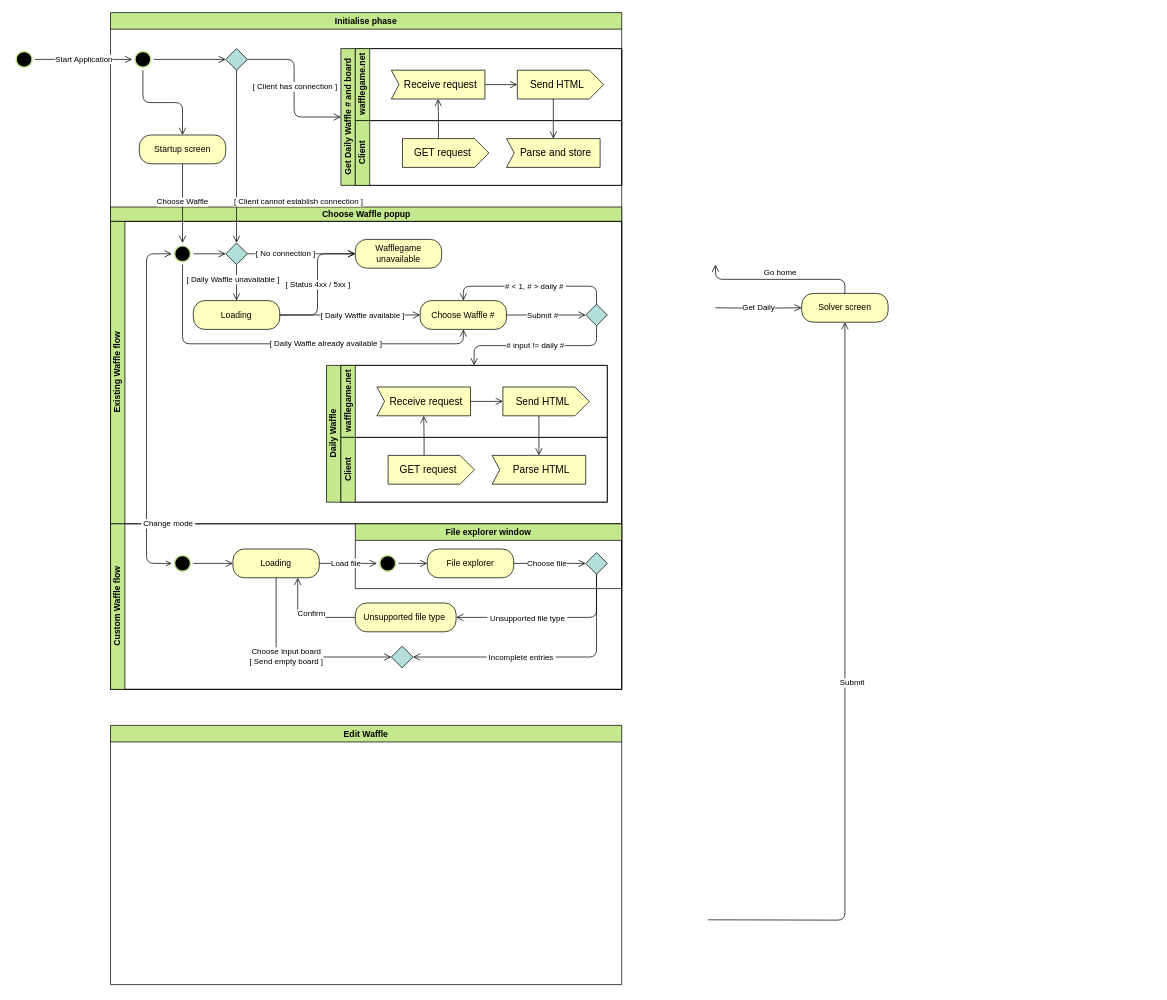
Before: page "startup_screen" (2 of 2) of documentation/activity_diagram.drawio in jkay-y/Waffle-Cooker, a draw.io diagram. Source tidied: cells renumbered, new cells numbered last; positions are measured from the earlier drawing's top-left corner, leaving out a move shared by most shapes. Both pictures are drawn from the tidied source at 72%, with x=0, y=0 at pixel (13, 12).
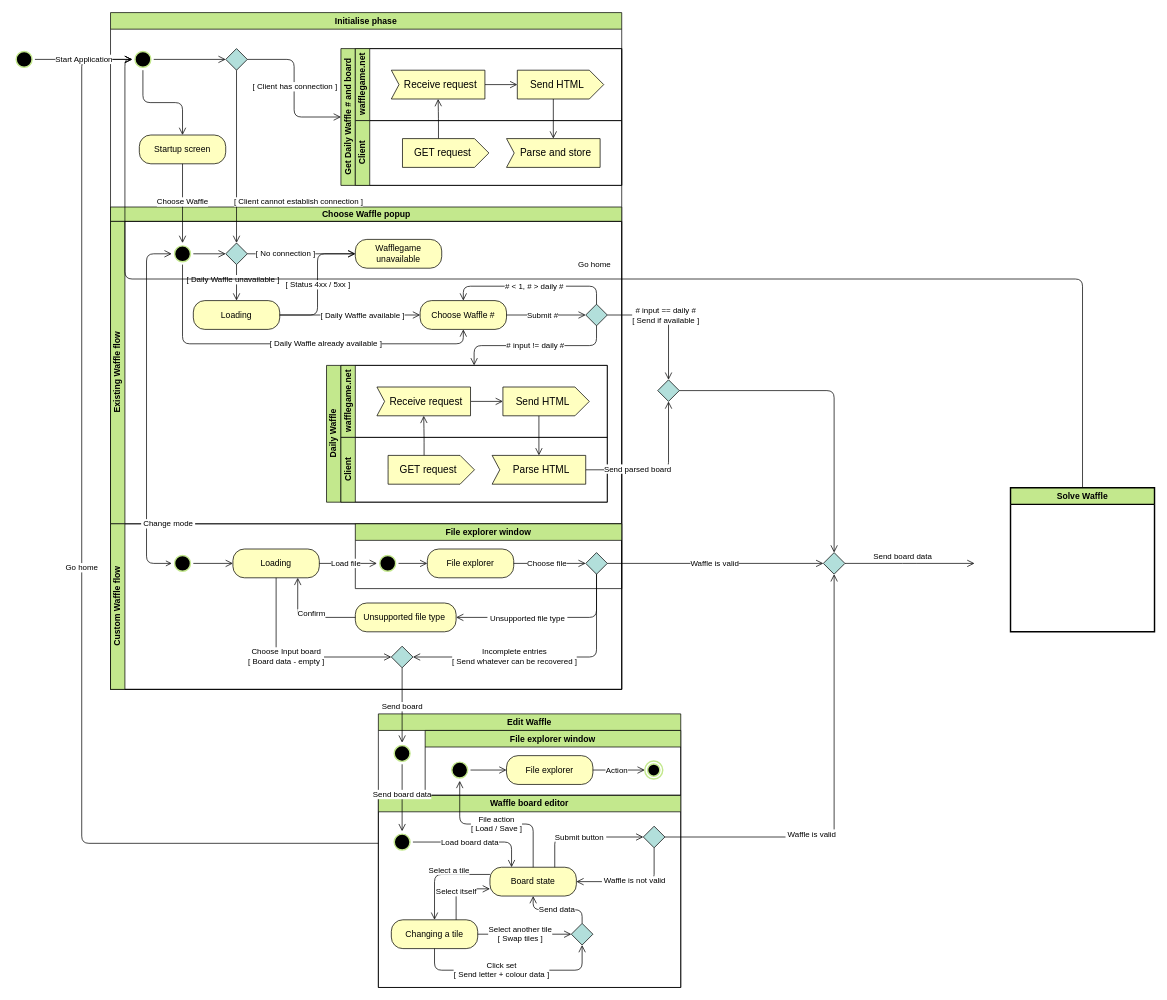
Above is the later version.

Commit message (it also covers changes not shown here):
Activity diagram - Finish Edit Waffle section

Unchanged cells that the change refers to:
```xml
<mxCell id="8" style="ellipse;html=1;shape=startState;fillColor=#000000;strokeColor=#C3E88D;strokeWidth=2;" parent="7" vertex="1">
  <mxGeometry x="30" y="50" width="30" height="30" as="geometry" />
</mxCell>
<mxCell id="26" style="rhombus;strokeColor=#000000;fontColor=#000000;fillColor=#B2DFDB;" parent="14" vertex="1">
  <mxGeometry x="660" y="115" width="30" height="30" as="geometry" />
</mxCell>
<mxCell id="38" value="Parse HTML" style="html=1;shape=mxgraph.infographic.ribbonSimple;notch1=10.68;notch2=0;align=center;verticalAlign=middle;fontSize=14;fontStyle=0;fillColor=#FFFFC0;flipH=0;spacingRight=0;spacingLeft=6;strokeColor=#000000;fontColor=#000000;" parent="36" vertex="1">
  <mxGeometry x="210" y="25" width="130" height="40" as="geometry" />
</mxCell>
<mxCell id="40" value="Custom Waffle flow" style="swimlane;startSize=20;horizontal=0;html=1;strokeColor=#000000;fontColor=#000000;fillColor=#C3E88D;" parent="13" vertex="1">
  <mxGeometry y="440" width="710" height="230" as="geometry" />
</mxCell>
<mxCell id="41" value="Loading" style="rounded=1;whiteSpace=wrap;html=1;arcSize=40;fontColor=#000000;fillColor=#FFFFC0;strokeColor=#000000;" parent="40" vertex="1">
  <mxGeometry x="170" y="35" width="120" height="40" as="geometry" />
</mxCell>
<mxCell id="48" style="rhombus;strokeColor=#000000;fontColor=#000000;fillColor=#B2DFDB;" parent="44" vertex="1">
  <mxGeometry x="320" y="40" width="30" height="30" as="geometry" />
</mxCell>
<mxCell id="52" style="rhombus;strokeColor=#000000;fontColor=#000000;fillColor=#B2DFDB;" parent="40" vertex="1">
  <mxGeometry x="390" y="170" width="30" height="30" as="geometry" />
</mxCell>
```

Diff of the diagram source:
```diff
@@
-    <mxCell id="3" value="Solver screen" style="rounded=1;whiteSpace=wrap;html=1;arcSize=40;fontColor=#000000;fillColor=#FFFFC0;strokeColor=#000000;" parent="1" vertex="1">
-      <mxGeometry x="1095" y="390" width="120" height="40" as="geometry" />
-    </mxCell>
-    <mxCell id="4" value="Get Daily" style="edgeStyle=orthogonalEdgeStyle;html=1;verticalAlign=bottom;endArrow=open;endSize=8;strokeColor=#000000;spacingBottom=1;entryX=0;entryY=0.5;entryDx=0;entryDy=0;" parent="1" edge="1" target="3">
+    <mxCell id="4" value="Send board data" style="edgeStyle=orthogonalEdgeStyle;html=1;verticalAlign=bottom;endArrow=open;endSize=8;strokeColor=#000000;spacingBottom=1;exitX=1;exitY=0.5;exitDx=0;exitDy=0;" parent="1" edge="1" source="100">
       <mxGeometry y="-10" relative="1" as="geometry">
-        <mxPoint x="975" y="410" as="sourcePoint" />
+        <mxPoint x="1335" y="765" as="targetPoint" />
       </mxGeometry>
     </mxCell>
-    <mxCell id="5" value="Submit" style="edgeStyle=orthogonalEdgeStyle;html=1;verticalAlign=bottom;endArrow=open;endSize=8;strokeColor=#000000;spacingBottom=1;entryX=0.5;entryY=1;entryDx=0;entryDy=0;" parent="1" edge="1" target="3">
-      <mxGeometry y="-10" relative="1" as="geometry">
-        <mxPoint x="965" y="1260" as="sourcePoint" />
-      </mxGeometry>
-    </mxCell>
-    <mxCell id="6" value="Go home" style="edgeStyle=orthogonalEdgeStyle;html=1;verticalAlign=bottom;endArrow=open;endSize=8;strokeColor=#000000;spacingBottom=1;exitX=0.5;exitY=0;exitDx=0;exitDy=0;" parent="1" edge="1" source="3">
-      <mxGeometry relative="1" as="geometry">
-        <mxPoint x="975" y="350" as="targetPoint" />
-      </mxGeometry>
-    </mxCell>
@@
-    <mxCell id="55" value="&amp;nbsp;Incomplete entries&amp;nbsp;" style="edgeStyle=orthogonalEdgeStyle;html=1;verticalAlign=bottom;endArrow=open;endSize=8;strokeColor=#000000;spacingBottom=-4;entryX=1;entryY=0.5;entryDx=0;entryDy=0;exitX=0.5;exitY=1;exitDx=0;exitDy=0;" parent="40" edge="1" source="48" target="52">
-      <mxGeometry x="0.19" y="5" relative="1" as="geometry" />
+    <mxCell id="55" value="&amp;nbsp;Incomplete entries&amp;nbsp;&lt;br&gt;[ Send whatever can be recovered ]" style="edgeStyle=orthogonalEdgeStyle;html=1;verticalAlign=bottom;endArrow=open;endSize=8;strokeColor=#000000;spacingBottom=0;entryX=1;entryY=0.5;entryDx=0;entryDy=0;exitX=0.5;exitY=1;exitDx=0;exitDy=0;" parent="40" edge="1" source="48" target="52">
+      <mxGeometry x="0.24" y="15" relative="1" as="geometry" />
     </mxCell>
-    <mxCell id="56" value="Choose Input board&lt;br&gt;[ Send empty board ]" style="edgeStyle=orthogonalEdgeStyle;html=1;verticalAlign=bottom;endArrow=open;endSize=8;strokeColor=#000000;spacingBottom=0;entryX=0;entryY=0.5;entryDx=0;entryDy=0;exitX=0.5;exitY=1;exitDx=0;exitDy=0;" parent="40" edge="1" source="41" target="52">
+    <mxCell id="56" value="Choose Input board&lt;br&gt;[ Board data - empty ]" style="edgeStyle=orthogonalEdgeStyle;html=1;verticalAlign=bottom;endArrow=open;endSize=8;strokeColor=#000000;spacingBottom=0;entryX=0;entryY=0.5;entryDx=0;entryDy=0;exitX=0.5;exitY=1;exitDx=0;exitDy=0;" parent="40" edge="1" source="41" target="52">
       <mxGeometry x="-0.08" y="-15" relative="1" as="geometry" />
     </mxCell>
@@
+    <mxCell id="72" value="Edit Waffle" style="swimlane;whiteSpace=wrap;html=1;fillColor=#C3E88D;" parent="1" vertex="1">
+      <mxGeometry x="507" y="974" width="420" height="380" as="geometry" />
+    </mxCell>
+    <mxCell id="73" style="ellipse;html=1;shape=startState;fillColor=#000000;strokeColor=#C3E88D;strokeWidth=2;" parent="72" vertex="1">
+      <mxGeometry x="18" y="40" width="30" height="30" as="geometry" />
+    </mxCell>
+    <mxCell id="74" value="Waffle board editor" style="swimlane;whiteSpace=wrap;html=1;fillColor=#C3E88D;" parent="72" vertex="1">
+      <mxGeometry y="113" width="420" height="267" as="geometry" />
+    </mxCell>
+    <mxCell id="75" value="Board state" style="rounded=1;whiteSpace=wrap;html=1;arcSize=40;fontColor=#000000;fillColor=#FFFFC0;strokeColor=#000000;" parent="74" vertex="1">
+      <mxGeometry x="155" y="100" width="120" height="40" as="geometry" />
+    </mxCell>
+    <mxCell id="76" style="ellipse;html=1;shape=startState;fillColor=#000000;strokeColor=#C3E88D;strokeWidth=2;" parent="74" vertex="1">
+      <mxGeometry x="18" y="50" width="30" height="30" as="geometry" />
+    </mxCell>
+    <mxCell id="77" value="Load board data" style="edgeStyle=orthogonalEdgeStyle;html=1;verticalAlign=bottom;endArrow=open;endSize=8;strokeColor=#000000;spacingBottom=-4;exitX=1;exitY=0.5;exitDx=0;exitDy=0;entryX=0.25;entryY=0;entryDx=0;entryDy=0;" parent="74" edge="1" source="76" target="75">
+      <mxGeometry x="-0.08" y="-5" relative="1" as="geometry" />
+    </mxCell>
+    <mxCell id="78" style="rhombus;strokeColor=#000000;fontColor=#000000;fillColor=#B2DFDB;" parent="74" vertex="1">
+      <mxGeometry x="368" y="43" width="30" height="30" as="geometry" />
+    </mxCell>
+    <mxCell id="79" value="&amp;nbsp;Submit button&amp;nbsp;" style="edgeStyle=orthogonalEdgeStyle;html=1;verticalAlign=bottom;endArrow=open;endSize=8;strokeColor=#000000;spacingBottom=-4;exitX=0.75;exitY=0;exitDx=0;exitDy=0;entryX=0;entryY=0.5;entryDx=0;entryDy=0;" parent="74" edge="1" source="75" target="78">
+      <mxGeometry x="-0.08" y="-5" relative="1" as="geometry" />
+    </mxCell>
+    <mxCell id="80" value="&amp;nbsp;Waffle is not valid&amp;nbsp;" style="edgeStyle=orthogonalEdgeStyle;html=1;verticalAlign=bottom;endArrow=open;endSize=8;strokeColor=#000000;spacingBottom=2;exitX=0.5;exitY=1;exitDx=0;exitDy=0;entryX=1;entryY=0.5;entryDx=0;entryDy=0;" parent="74" edge="1" source="78" target="75">
+      <mxGeometry x="-0.05" y="10" relative="1" as="geometry" />
+    </mxCell>
+    <mxCell id="81" value="Select a tile" style="edgeStyle=orthogonalEdgeStyle;html=1;verticalAlign=bottom;endArrow=open;endSize=8;strokeColor=#000000;spacingBottom=0;exitX=0;exitY=0.25;exitDx=0;exitDy=0;entryX=0.5;entryY=0;entryDx=0;entryDy=0;" parent="74" edge="1" source="75" target="82">
+      <mxGeometry x="-0.19" y="3" relative="1" as="geometry" />
+    </mxCell>
+    <mxCell id="82" value="Changing a tile" style="rounded=1;whiteSpace=wrap;html=1;arcSize=40;fontColor=#000000;fillColor=#FFFFC0;strokeColor=#000000;" parent="74" vertex="1">
+      <mxGeometry x="18" y="173" width="120" height="40" as="geometry" />
+    </mxCell>
+    <mxCell id="83" style="rhombus;strokeColor=#000000;fontColor=#000000;fillColor=#B2DFDB;" parent="74" vertex="1">
+      <mxGeometry x="268" y="178" width="30" height="30" as="geometry" />
+    </mxCell>
+    <mxCell id="84" value="Select another tile&lt;br&gt;[ Swap tiles ]" style="edgeStyle=orthogonalEdgeStyle;html=1;verticalAlign=bottom;endArrow=open;endSize=8;strokeColor=#000000;spacingBottom=-5;exitX=1;exitY=0.5;exitDx=0;exitDy=0;entryX=0;entryY=0.5;entryDx=0;entryDy=0;" parent="74" edge="1" source="82" target="83">
+      <mxGeometry x="-0.09" y="-10" relative="1" as="geometry" />
+    </mxCell>
+    <mxCell id="85" value="Select itself" style="edgeStyle=orthogonalEdgeStyle;html=1;verticalAlign=bottom;endArrow=open;endSize=8;strokeColor=#000000;spacingBottom=0;exitX=0.75;exitY=0;exitDx=0;exitDy=0;entryX=0;entryY=0.75;entryDx=0;entryDy=0;" parent="74" edge="1" source="82" target="75">
+      <mxGeometry x="-0.33" relative="1" as="geometry" />
+    </mxCell>
+    <mxCell id="86" value="Send data" style="edgeStyle=orthogonalEdgeStyle;html=1;verticalAlign=bottom;endArrow=open;endSize=8;strokeColor=#000000;spacingBottom=6;exitX=0.5;exitY=0;exitDx=0;exitDy=0;entryX=0.5;entryY=1;entryDx=0;entryDy=0;" parent="74" edge="1" source="83" target="75">
+      <mxGeometry x="0.02" y="14" relative="1" as="geometry" />
+    </mxCell>
+    <mxCell id="87" value="Click set&lt;br&gt;[ Send letter + colour data ]" style="edgeStyle=orthogonalEdgeStyle;html=1;verticalAlign=bottom;endArrow=open;endSize=8;strokeColor=#000000;spacingBottom=-5;exitX=0.5;exitY=1;exitDx=0;exitDy=0;entryX=0.5;entryY=1;entryDx=0;entryDy=0;" parent="74" edge="1" source="82" target="83">
+      <mxGeometry x="-0.09" y="-10" relative="1" as="geometry">
+        <Array as="points">
+          <mxPoint x="78" y="243" />
+          <mxPoint x="283" y="243" />
+        </Array>
+      </mxGeometry>
+    </mxCell>
+    <mxCell id="88" value="File explorer window" style="swimlane;whiteSpace=wrap;html=1;fillColor=#C3E88D;" parent="72" vertex="1">
+      <mxGeometry x="65" y="23" width="355" height="90" as="geometry" />
+    </mxCell>
+    <mxCell id="89" style="ellipse;html=1;shape=startState;fillColor=#000000;strokeColor=#C3E88D;strokeWidth=2;" parent="88" vertex="1">
+      <mxGeometry x="33" y="40" width="30" height="30" as="geometry" />
+    </mxCell>
+    <mxCell id="90" value="File explorer" style="rounded=1;whiteSpace=wrap;html=1;arcSize=40;fontColor=#000000;fillColor=#FFFFC0;strokeColor=#000000;" parent="88" vertex="1">
+      <mxGeometry x="113" y="35" width="120" height="40" as="geometry" />
+    </mxCell>
+    <mxCell id="91" style="edgeStyle=orthogonalEdgeStyle;html=1;verticalAlign=bottom;endArrow=open;endSize=8;strokeColor=#000000;spacingBottom=-4;entryX=0;entryY=0.5;entryDx=0;entryDy=0;exitX=1;exitY=0.5;exitDx=0;exitDy=0;" parent="88" edge="1" source="89" target="90">
+      <mxGeometry x="-0.08" y="-5" relative="1" as="geometry" />
+    </mxCell>
+    <mxCell id="92" value="Action" style="edgeStyle=orthogonalEdgeStyle;html=1;verticalAlign=bottom;endArrow=open;endSize=8;strokeColor=#000000;spacingBottom=-4;entryX=0;entryY=0.5;entryDx=0;entryDy=0;exitX=1;exitY=0.5;exitDx=0;exitDy=0;" parent="88" edge="1" source="90" target="93">
+      <mxGeometry x="-0.08" y="-5" relative="1" as="geometry" />
+    </mxCell>
+    <mxCell id="93" style="ellipse;html=1;shape=endState;fillColor=#000000;strokeColor=#C3E88D;strokeWidth=2;" parent="88" vertex="1">
+      <mxGeometry x="305" y="42.5" width="25" height="25" as="geometry" />
+    </mxCell>
+    <mxCell id="94" value="File action&lt;br&gt;[ Load / Save ]" style="edgeStyle=orthogonalEdgeStyle;html=1;verticalAlign=bottom;endArrow=open;endSize=8;strokeColor=#000000;spacingBottom=5;exitX=0.5;exitY=0;exitDx=0;exitDy=0;entryX=0.5;entryY=1;entryDx=0;entryDy=0;" parent="72" edge="1" source="75" target="89">
+      <mxGeometry y="20" relative="1" as="geometry" />
+    </mxCell>
+    <mxCell id="95" value="Send board data" style="edgeStyle=orthogonalEdgeStyle;html=1;verticalAlign=bottom;endArrow=open;endSize=8;strokeColor=#000000;spacingBottom=-4;exitX=0.5;exitY=1;exitDx=0;exitDy=0;entryX=0.5;entryY=0;entryDx=0;entryDy=0;" parent="72" edge="1" source="73" target="76">
+      <mxGeometry relative="1" as="geometry" />
+    </mxCell>
+    <mxCell id="96" value="Send board" style="edgeStyle=orthogonalEdgeStyle;html=1;verticalAlign=bottom;endArrow=open;endSize=8;strokeColor=#000000;spacingBottom=-4;exitX=0.5;exitY=1;exitDx=0;exitDy=0;entryX=0.5;entryY=0;entryDx=0;entryDy=0;" parent="1" edge="1" source="52" target="73">
+      <mxGeometry x="0.14" relative="1" as="geometry" />
+    </mxCell>
+    <mxCell id="97" style="rhombus;strokeColor=#000000;fontColor=#000000;fillColor=#B2DFDB;" parent="1" vertex="1">
+      <mxGeometry x="895" y="510" width="30" height="30" as="geometry" />
+    </mxCell>
+    <mxCell id="98" value="# input == daily #&lt;br&gt;[ Send if available ]" style="edgeStyle=orthogonalEdgeStyle;html=1;verticalAlign=bottom;endArrow=open;endSize=8;strokeColor=#000000;spacingBottom=4;entryX=0.5;entryY=0;entryDx=0;entryDy=0;exitX=1;exitY=0.5;exitDx=0;exitDy=0;" parent="1" edge="1" source="26" target="97">
+      <mxGeometry x="-0.08" y="-20" relative="1" as="geometry" />
+    </mxCell>
+    <mxCell id="99" value="Send parsed board" style="edgeStyle=orthogonalEdgeStyle;html=1;verticalAlign=bottom;endArrow=open;endSize=8;strokeColor=#000000;spacingBottom=-3;exitX=1;exitY=0.5;exitDx=0;exitDy=0;exitPerimeter=0;entryX=0.5;entryY=1;entryDx=0;entryDy=0;" parent="1" edge="1" source="38" target="97">
+      <mxGeometry x="-0.31" y="-5" relative="1" as="geometry" />
+    </mxCell>
+    <mxCell id="100" style="rhombus;strokeColor=#000000;fontColor=#000000;fillColor=#B2DFDB;" parent="1" vertex="1">
+      <mxGeometry x="1125" y="750" width="30" height="30" as="geometry" />
+    </mxCell>
+    <mxCell id="101" style="edgeStyle=orthogonalEdgeStyle;html=1;verticalAlign=bottom;endArrow=open;endSize=8;strokeColor=#000000;spacingBottom=4;entryX=0.5;entryY=0;entryDx=0;entryDy=0;exitX=1;exitY=0.5;exitDx=0;exitDy=0;" parent="1" edge="1" source="97" target="100">
+      <mxGeometry x="-0.08" y="-20" relative="1" as="geometry" />
+    </mxCell>
+    <mxCell id="102" value="Waffle is valid" style="edgeStyle=orthogonalEdgeStyle;html=1;verticalAlign=bottom;endArrow=open;endSize=8;strokeColor=#000000;spacingBottom=-4;entryX=0;entryY=0.5;entryDx=0;entryDy=0;exitX=1;exitY=0.5;exitDx=0;exitDy=0;" parent="1" edge="1" source="48" target="100">
+      <mxGeometry y="-5" relative="1" as="geometry">
+        <mxPoint x="-1" as="offset" />
+      </mxGeometry>
+    </mxCell>
+    <mxCell id="103" value="&amp;nbsp;Waffle is valid&amp;nbsp;" style="edgeStyle=orthogonalEdgeStyle;html=1;verticalAlign=bottom;endArrow=open;endSize=8;strokeColor=#000000;spacingBottom=0;exitX=1;exitY=0.5;exitDx=0;exitDy=0;entryX=0.5;entryY=1;entryDx=0;entryDy=0;spacingLeft=5;" parent="1" edge="1" source="78" target="100">
+      <mxGeometry x="-0.33" y="-5" relative="1" as="geometry" />
+    </mxCell>
+    <mxCell id="104" value="Go home" style="edgeStyle=orthogonalEdgeStyle;html=1;verticalAlign=bottom;endArrow=open;endSize=8;strokeColor=#000000;spacingBottom=1;exitX=0;exitY=0.25;exitDx=0;exitDy=0;entryX=0;entryY=0.5;entryDx=0;entryDy=0;" parent="1" edge="1" source="74" target="8">
+      <mxGeometry relative="1" as="geometry">
+        <Array as="points">
+          <mxPoint x="95" y="65" />
+        </Array>
+      </mxGeometry>
+    </mxCell>
@@
-    <mxCell id="72" value="Edit Waffle" style="swimlane;whiteSpace=wrap;html=1;fillColor=#C3E88D;" parent="1" vertex="1">
-      <mxGeometry x="135" y="990" width="710" height="360" as="geometry" />
-    </mxCell>
+    <mxCell id="105" value="Solve Waffle" style="swimlane;whiteSpace=wrap;html=1;strokeColor=#000000;strokeWidth=2;fillColor=#C3E88D;" parent="1" vertex="1">
+      <mxGeometry x="1385" y="660" width="200" height="200" as="geometry" />
+    </mxCell>
+    <mxCell id="106" value="Go home" style="edgeStyle=orthogonalEdgeStyle;html=1;verticalAlign=bottom;endArrow=open;endSize=8;strokeColor=#000000;spacingBottom=1;exitX=0.5;exitY=0;exitDx=0;exitDy=0;entryX=0;entryY=0.5;entryDx=0;entryDy=0;" parent="1" edge="1" source="105" target="8">
+      <mxGeometry y="-10" relative="1" as="geometry" />
+    </mxCell>
```
